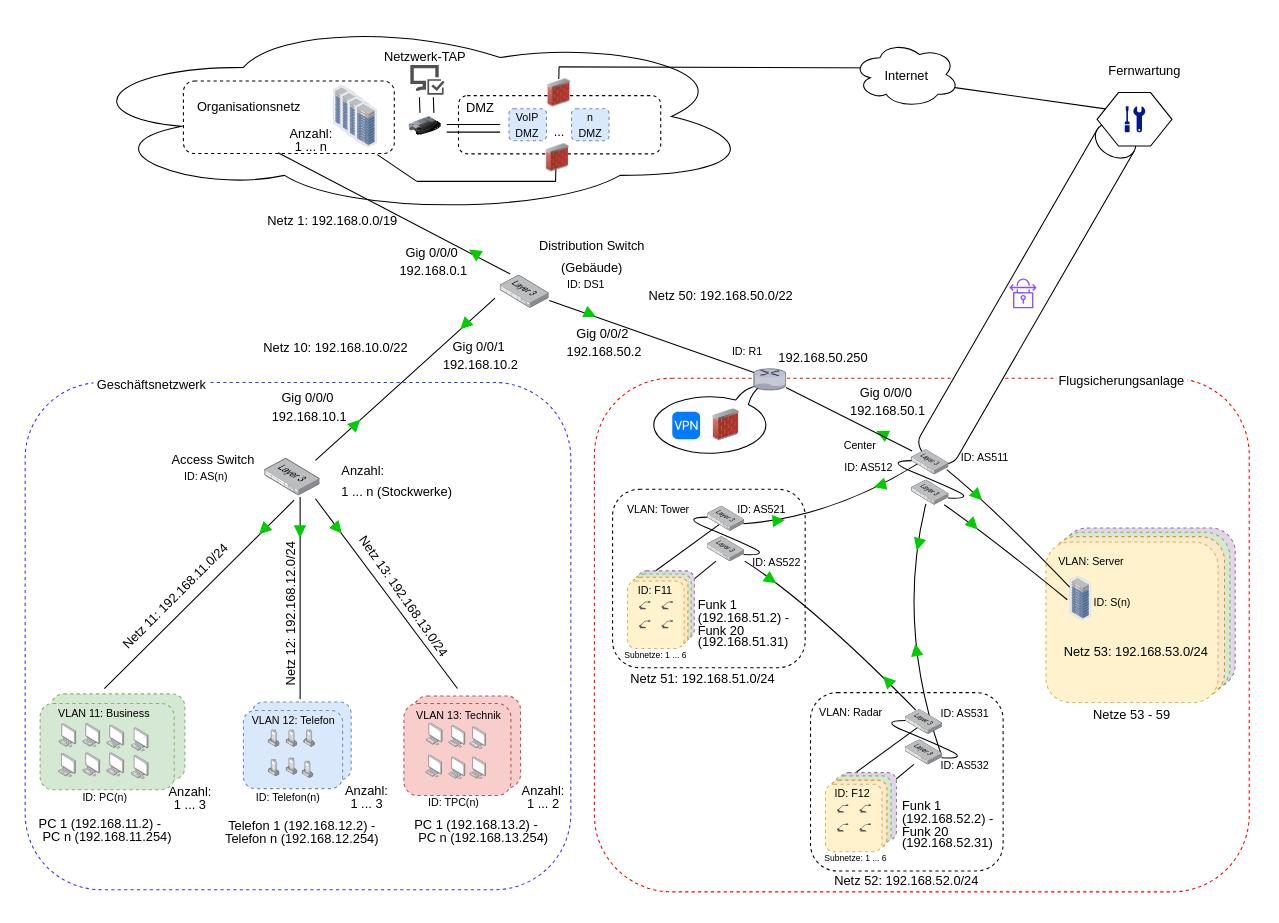
Above: Logische Netzwerktopologie.drawio in meetSeb/Computer-Network (draw.io), before the change. Source tidied: cells renumbered, new cells numbered last; positions are measured from the earlier drawing's top-left corner, leaving out a move shared by most shapes. Both pictures are drawn from the tidied source at 107%, with x=0, y=0 at pixel (18, 18).
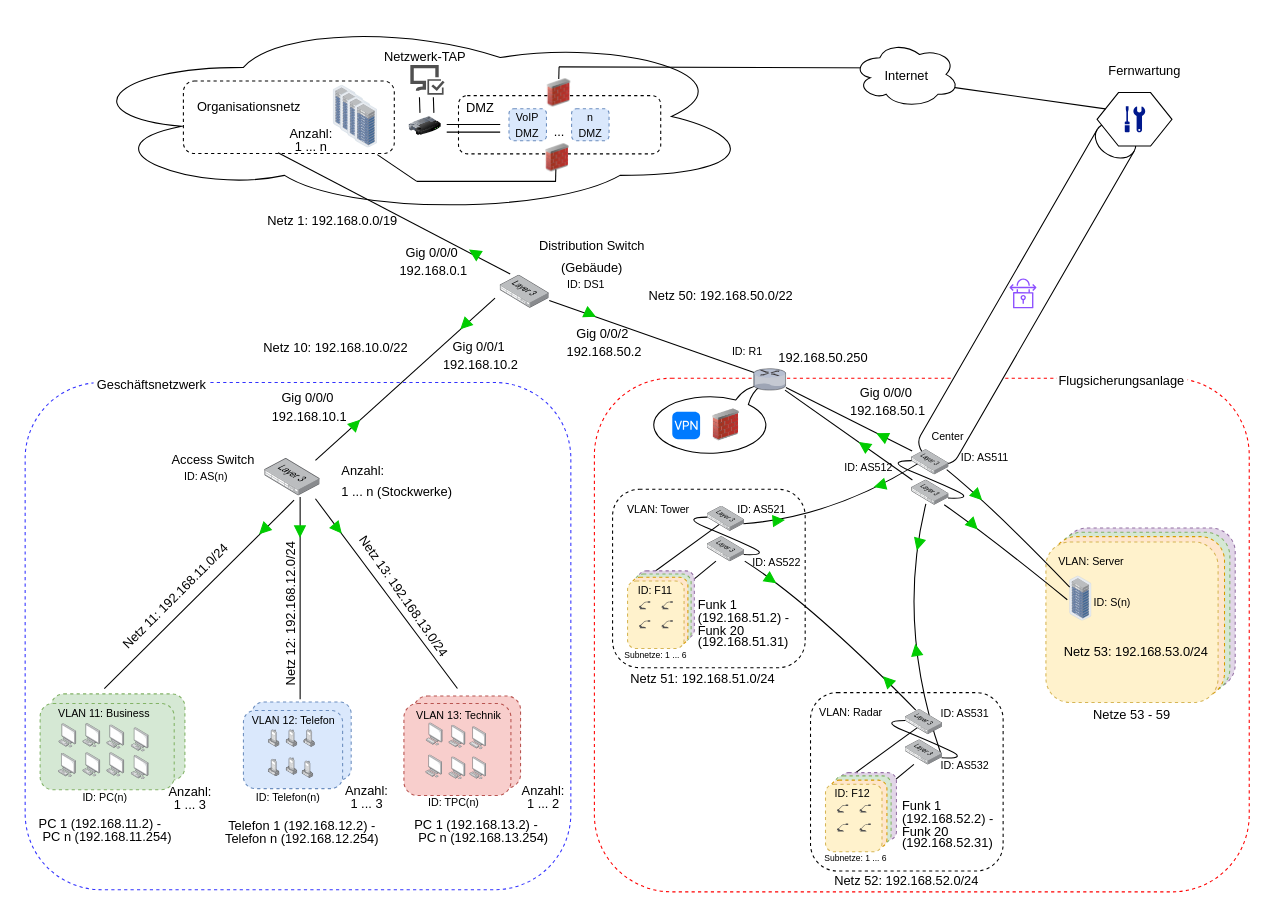
Above is the later version.

The change refers to these unchanged cells:
```xml
<mxCell id="108" style="image;points=[];html=1;align=center;shadow=0;dashed=0;image=img/lib/allied_telesis/switch/Switch_52_port_L3.svg;" parent="106" vertex="1">
  <mxGeometry y="28.4" width="35" height="23.7" as="geometry" />
</mxCell>
<mxCell id="199" style="verticalLabelPosition=bottom;sketch=0;html=1;verticalAlign=top;strokeColor=none;align=center;outlineConnect=0;shape=mxgraph.citrix.router;" parent="1" vertex="1">
  <mxGeometry x="686.9" y="327.1" width="30.1" height="20" as="geometry" />
</mxCell>
```

Change to the diagram source:
```diff
@@
     <mxCell id="115" value="&lt;font style=&quot;font-size: 10px;&quot;&gt;Center&lt;/font&gt;" style="text;strokeColor=none;fillColor=none;html=1;align=center;verticalAlign=middle;whiteSpace=wrap;rounded=0;fontSize=16;" parent="1" vertex="1">
-      <mxGeometry x="758.3" y="378.4" width="56.6" height="37.9" as="geometry" />
+      <mxGeometry x="840.4" y="369.1" width="56.6" height="37.9" as="geometry" />
     </mxCell>
@@
-    <mxCell id="175" style="triangle;whiteSpace=wrap;html=1;rotation=-155;fillColor=#00CC00;strokeColor=#00CC00;" parent="1" vertex="1">
-      <mxGeometry x="802" y="383" width="10" height="10" as="geometry" />
-    </mxCell>
@@
+    <mxCell id="214" style="endArrow=none;html=1;rounded=0;fontSize=12;startSize=8;endSize=8;curved=1;" parent="1" edge="1" source="108" target="199">
+      <mxGeometry relative="1" as="geometry" />
+    </mxCell>
+    <mxCell id="175" style="triangle;whiteSpace=wrap;html=1;rotation=-155;fillColor=#00CC00;strokeColor=#00CC00;" parent="1" vertex="1">
+      <mxGeometry x="802" y="385" width="10" height="10" as="geometry" />
+    </mxCell>
+    <mxCell id="215" style="triangle;whiteSpace=wrap;html=1;rotation=-145;fillColor=#00CC00;strokeColor=#00CC00;" parent="1" vertex="1">
+      <mxGeometry x="785" y="394" width="10" height="10" as="geometry" />
+    </mxCell>
```
